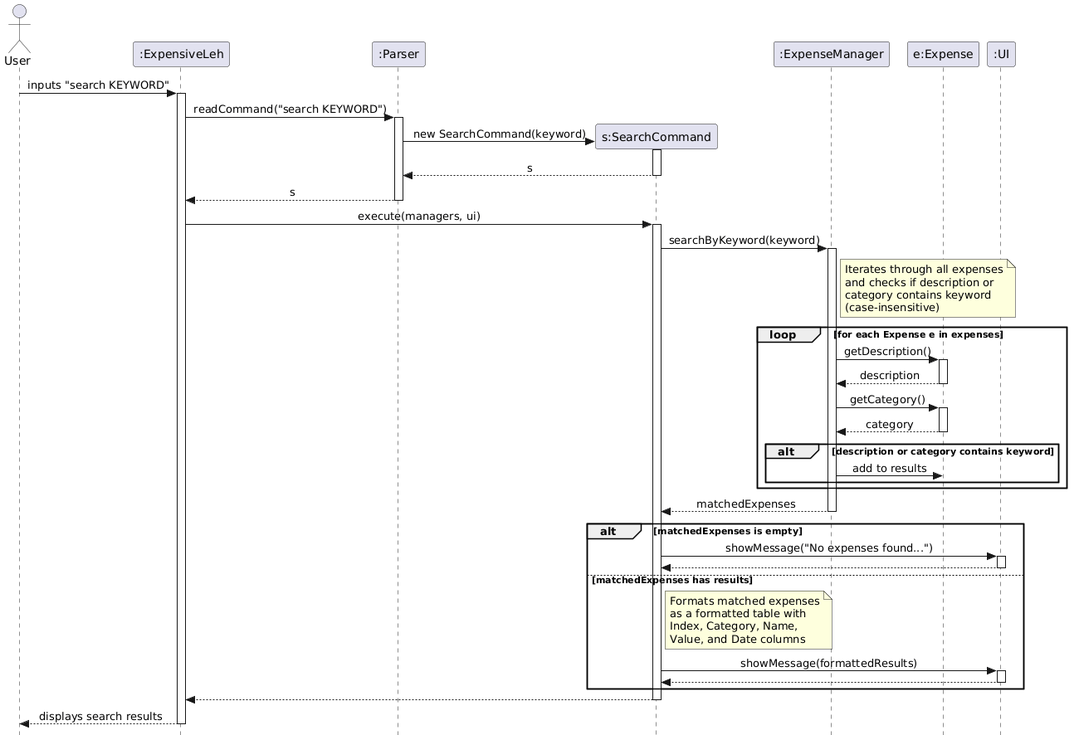
This is docs/Diagrams/SearchCommandDiagram.png from ZhangYize2003/tp, a PlantUML export, as it was before one commit. Its diagram source:
```plantuml
@startuml
skinparam Style strictuml
skinparam SequenceMessageAlignment center

actor User
participant ":ExpensiveLeh" as Main
participant ":Parser" as Parser
participant "s:SearchCommand" as SearchCommand
participant ":ExpenseManager" as ExpenseManager
participant "e:Expense" as Expense
participant ":UI" as UI

User -> Main : inputs "search KEYWORD"
activate Main

Main -> Parser : readCommand("search KEYWORD")
activate Parser

create SearchCommand
Parser -> SearchCommand : new SearchCommand(keyword)
activate SearchCommand
SearchCommand --> Parser : s
deactivate SearchCommand

Parser --> Main : s
deactivate Parser

Main -> SearchCommand : execute(managers, ui)
activate SearchCommand

SearchCommand -> ExpenseManager : searchByKeyword(keyword)
activate ExpenseManager

note right of ExpenseManager
    Iterates through all expenses
    and checks if description or
    category contains keyword
    (case-insensitive)
end note

loop for each Expense e in expenses
    ExpenseManager -> Expense : getDescription()
    activate Expense
    Expense --> ExpenseManager : description
    deactivate Expense

    ExpenseManager -> Expense : getCategory()
    activate Expense
    Expense --> ExpenseManager : category
    deactivate Expense

    alt description or category contains keyword
        ExpenseManager -> Expense : add to results
    end
end

ExpenseManager --> SearchCommand : matchedExpenses
deactivate ExpenseManager

alt matchedExpenses is empty
    SearchCommand -> UI : showMessage("No expenses found...")
    activate UI
    UI --> SearchCommand
    deactivate UI
else matchedExpenses has results
    note right of SearchCommand
        Formats matched expenses
        as a formatted table with
        Index, Category, Name,
        Value, and Date columns
    end note

    SearchCommand -> UI : showMessage(formattedResults)
    activate UI
    UI --> SearchCommand
    deactivate UI
end

SearchCommand --> Main
deactivate SearchCommand

Main --> User : displays search results
deactivate Main
@enduml
```
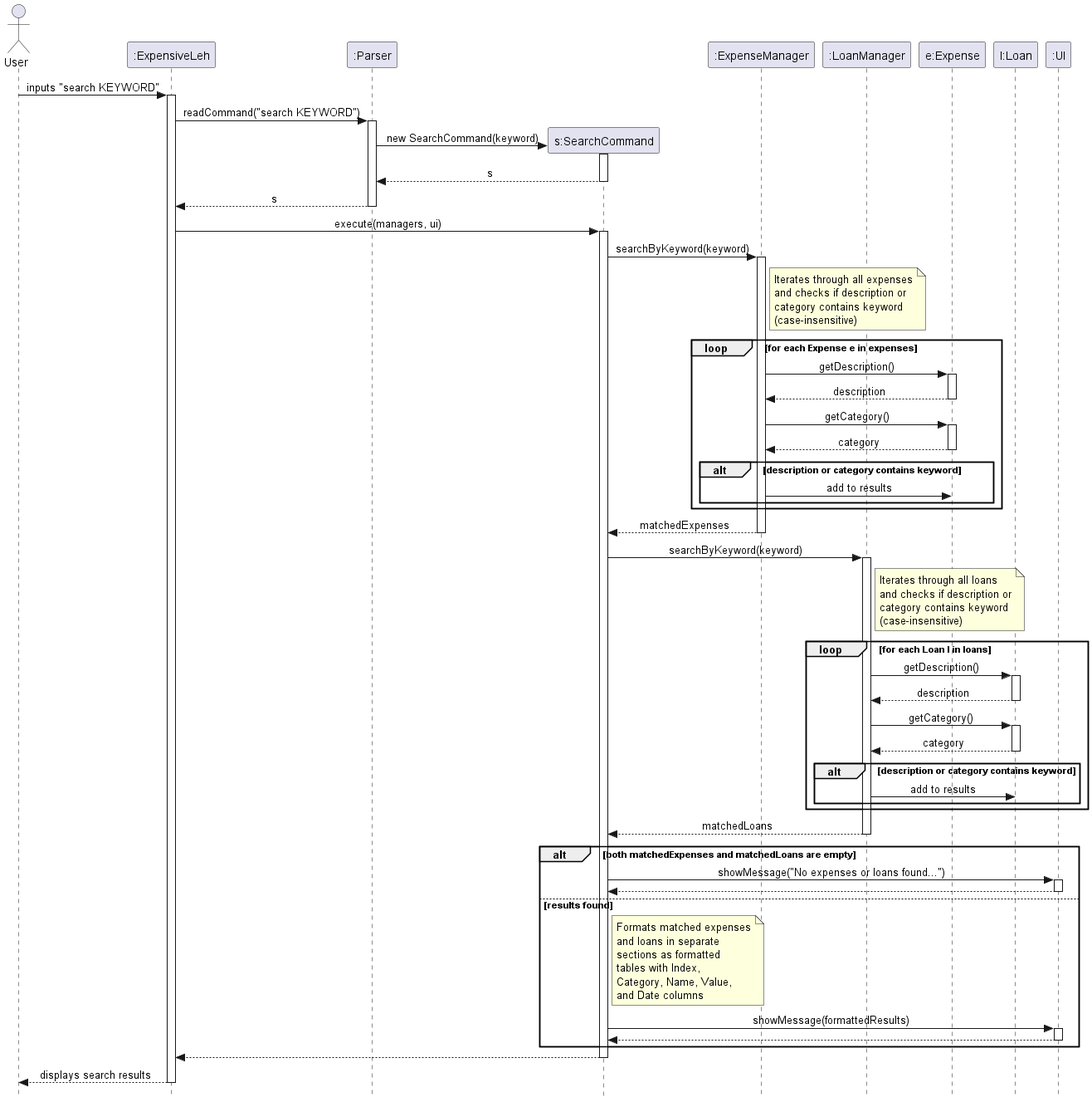
After the commit.

Commit message:
Adapted search function for loans and updated relevant diagrams and guides to match

Diff of the diagram source:
```diff
@@ -1,4 +1,4 @@
-@startuml
+@startuml SearchCommandSequenceDiagram
 skinparam Style strictuml
 skinparam SequenceMessageAlignment center
 
@@ -7,7 +7,9 @@
 participant ":Parser" as Parser
 participant "s:SearchCommand" as SearchCommand
 participant ":ExpenseManager" as ExpenseManager
+participant ":LoanManager" as LoanManager
 participant "e:Expense" as Expense
+participant "l:Loan" as Loan
 participant ":UI" as UI
 
 User -> Main : inputs "search KEYWORD"
@@ -57,17 +59,48 @@
 ExpenseManager --> SearchCommand : matchedExpenses
 deactivate ExpenseManager
 
-alt matchedExpenses is empty
-    SearchCommand -> UI : showMessage("No expenses found...")
+SearchCommand -> LoanManager : searchByKeyword(keyword)
+activate LoanManager
+
+note right of LoanManager
+    Iterates through all loans
+    and checks if description or
+    category contains keyword
+    (case-insensitive)
+end note
+
+loop for each Loan l in loans
+    LoanManager -> Loan : getDescription()
+    activate Loan
+    Loan --> LoanManager : description
+    deactivate Loan
+
+    LoanManager -> Loan : getCategory()
+    activate Loan
+    Loan --> LoanManager : category
+    deactivate Loan
+
+    alt description or category contains keyword
+        LoanManager -> Loan : add to results
+    end
+end
+
+LoanManager --> SearchCommand : matchedLoans
+deactivate LoanManager
+
+alt both matchedExpenses and matchedLoans are empty
+    SearchCommand -> UI : showMessage("No expenses or loans found...")
     activate UI
     UI --> SearchCommand
     deactivate UI
-else matchedExpenses has results
+else results found
     note right of SearchCommand
         Formats matched expenses
-        as a formatted table with
-        Index, Category, Name,
-        Value, and Date columns
+        and loans in separate
+        sections as formatted
+        tables with Index,
+        Category, Name, Value,
+        and Date columns
     end note
 
     SearchCommand -> UI : showMessage(formattedResults)
@@ -81,4 +114,5 @@
 
 Main --> User : displays search results
 deactivate Main
+
 @enduml
```
